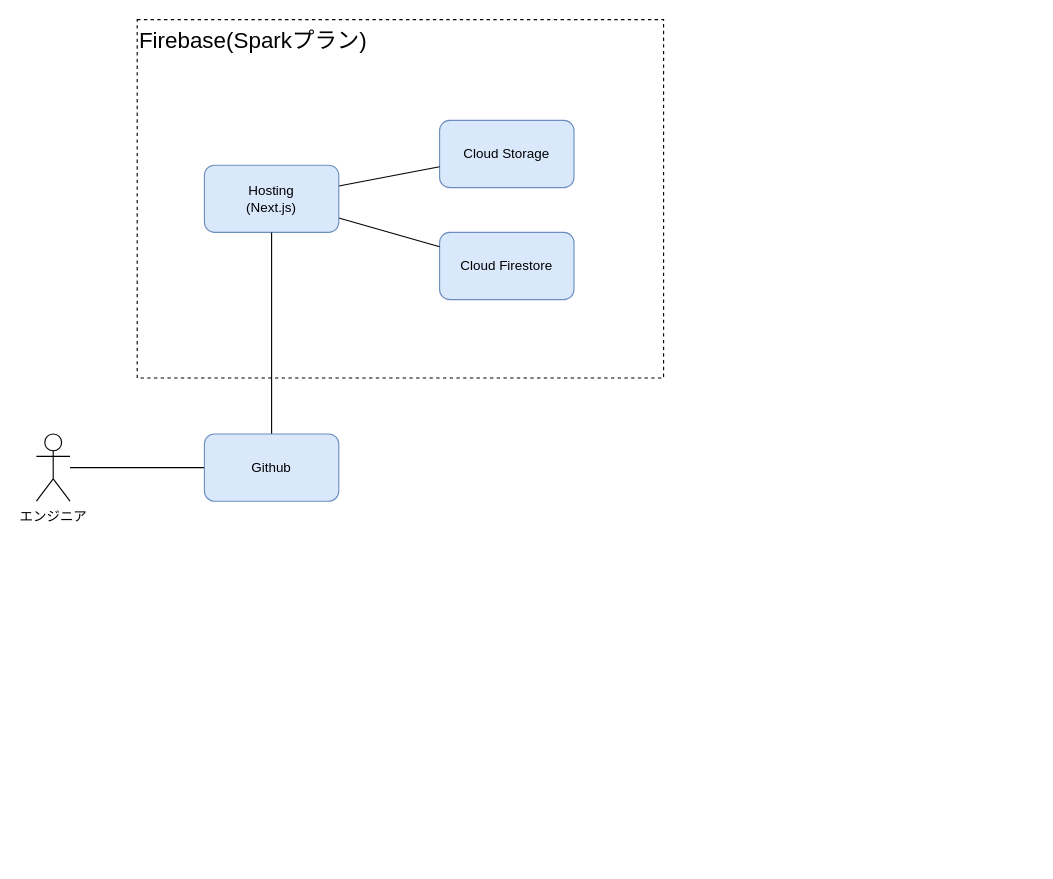
takiguchi-yu/NetaImageArchive keeps this draw.io diagram as page "システムアーキテクチャ" (2 of 2) of design/domainModel.drawio. Above is the earlier version. Source tidied: cells renumbered, new cells numbered last; positions are measured from the earlier drawing's top-left corner, leaving out a move shared by most shapes. Both pictures are drawn from the tidied source at 112%, with x=0, y=0 at pixel (36, 19).
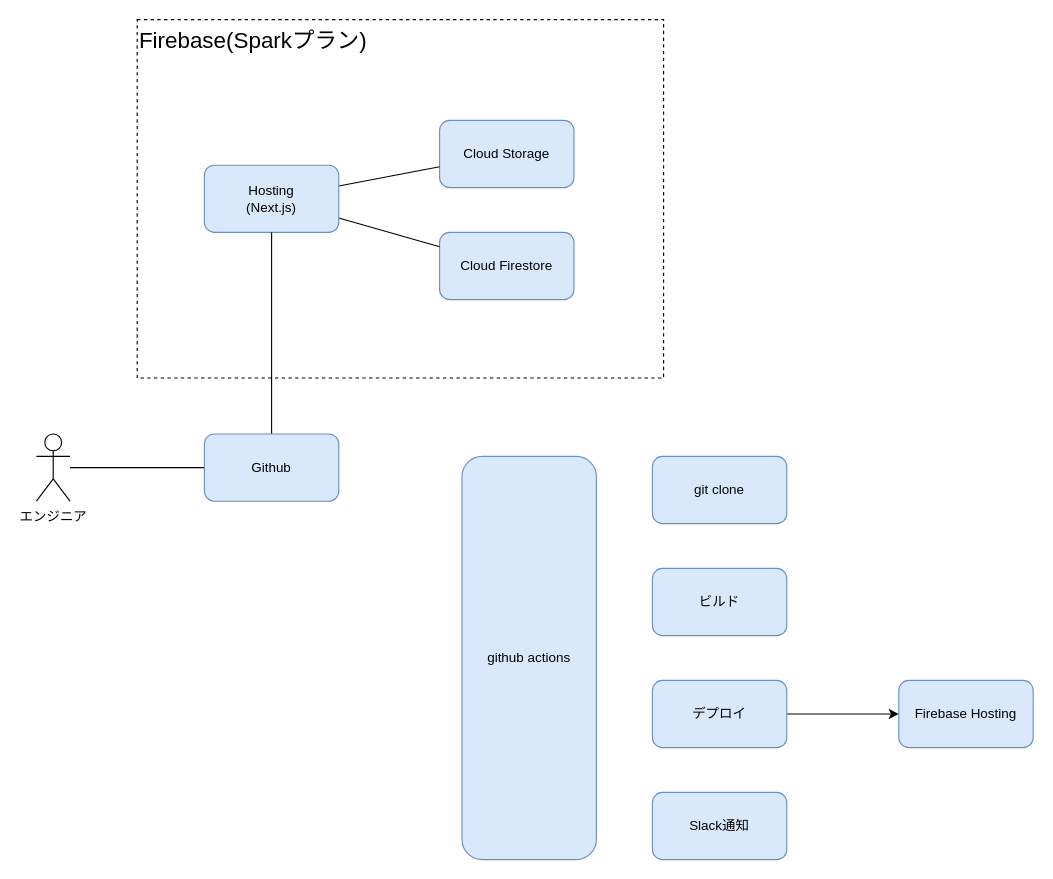
Above is the later version.

The edit, as a diff of the source:
```diff
@@
 <mxGraphModel>
   <root>
     <mxCell id="0" />
     <mxCell id="1" parent="0" />
     <mxCell id="2" value="Firebase(Sparkプラン)" style="rounded=0;whiteSpace=wrap;html=1;fillColor=none;verticalAlign=top;align=left;fontSize=20;dashed=1;" parent="1" vertex="1">
       <mxGeometry x="90" width="470" height="320" as="geometry" />
     </mxCell>
     <mxCell id="3" value="Cloud Firestore" style="rounded=1;whiteSpace=wrap;html=1;fillColor=#dae8fc;strokeColor=#6c8ebf;" parent="1" vertex="1">
       <mxGeometry x="360" y="190" width="120" height="60" as="geometry" />
     </mxCell>
     <mxCell id="4" value="Cloud Storage" style="rounded=1;whiteSpace=wrap;html=1;fillColor=#dae8fc;strokeColor=#6c8ebf;" parent="1" vertex="1">
       <mxGeometry x="360" y="90" width="120" height="60" as="geometry" />
     </mxCell>
     <mxCell id="5" style="edgeStyle=none;html=1;endArrow=none;endFill=0;" parent="1" edge="1" source="7" target="3">
       <mxGeometry relative="1" as="geometry" />
     </mxCell>
     <mxCell id="6" style="edgeStyle=none;html=1;endArrow=none;endFill=0;" parent="1" edge="1" source="7" target="4">
       <mxGeometry relative="1" as="geometry" />
     </mxCell>
     <mxCell id="7" value="Hosting&lt;br&gt;(Next.js)" style="rounded=1;whiteSpace=wrap;html=1;fillColor=#dae8fc;strokeColor=#6c8ebf;" parent="1" vertex="1">
       <mxGeometry x="150" y="130" width="120" height="60" as="geometry" />
     </mxCell>
     <mxCell id="8" style="edgeStyle=none;html=1;fontSize=20;endArrow=none;endFill=0;" parent="1" edge="1" source="9" target="11">
       <mxGeometry relative="1" as="geometry" />
     </mxCell>
     <mxCell id="9" value="エンジニア" style="shape=umlActor;verticalLabelPosition=bottom;verticalAlign=top;html=1;outlineConnect=0;fillColor=none;" parent="1" vertex="1">
       <mxGeometry y="370" width="30" height="60" as="geometry" />
     </mxCell>
     <mxCell id="10" style="edgeStyle=none;html=1;fontSize=20;endArrow=none;endFill=0;" parent="1" edge="1" source="11" target="7">
       <mxGeometry relative="1" as="geometry" />
     </mxCell>
     <mxCell id="11" value="Github" style="rounded=1;whiteSpace=wrap;html=1;fillColor=#dae8fc;strokeColor=#6c8ebf;" parent="1" vertex="1">
       <mxGeometry x="150" y="370" width="120" height="60" as="geometry" />
     </mxCell>
+    <mxCell id="12" value="github actions" style="rounded=1;whiteSpace=wrap;html=1;fillColor=#dae8fc;strokeColor=#6c8ebf;" parent="1" vertex="1">
+      <mxGeometry x="380" y="390" width="120" height="360" as="geometry" />
+    </mxCell>
+    <mxCell id="13" value="ビルド" style="rounded=1;whiteSpace=wrap;html=1;fillColor=#dae8fc;strokeColor=#6c8ebf;" parent="1" vertex="1">
+      <mxGeometry x="550" y="490" width="120" height="60" as="geometry" />
+    </mxCell>
+    <mxCell id="14" style="edgeStyle=none;html=1;" parent="1" edge="1" source="15" target="16">
+      <mxGeometry relative="1" as="geometry" />
+    </mxCell>
+    <mxCell id="15" value="デプロイ" style="rounded=1;whiteSpace=wrap;html=1;fillColor=#dae8fc;strokeColor=#6c8ebf;" parent="1" vertex="1">
+      <mxGeometry x="550" y="590" width="120" height="60" as="geometry" />
+    </mxCell>
+    <mxCell id="16" value="Firebase Hosting" style="rounded=1;whiteSpace=wrap;html=1;fillColor=#dae8fc;strokeColor=#6c8ebf;" parent="1" vertex="1">
+      <mxGeometry x="770" y="590" width="120" height="60" as="geometry" />
+    </mxCell>
+    <mxCell id="17" value="git clone" style="rounded=1;whiteSpace=wrap;html=1;fillColor=#dae8fc;strokeColor=#6c8ebf;" parent="1" vertex="1">
+      <mxGeometry x="550" y="390" width="120" height="60" as="geometry" />
+    </mxCell>
+    <mxCell id="18" value="Slack通知" style="rounded=1;whiteSpace=wrap;html=1;fillColor=#dae8fc;strokeColor=#6c8ebf;" parent="1" vertex="1">
+      <mxGeometry x="550" y="690" width="120" height="60" as="geometry" />
+    </mxCell>
   </root>
 </mxGraphModel>
```
